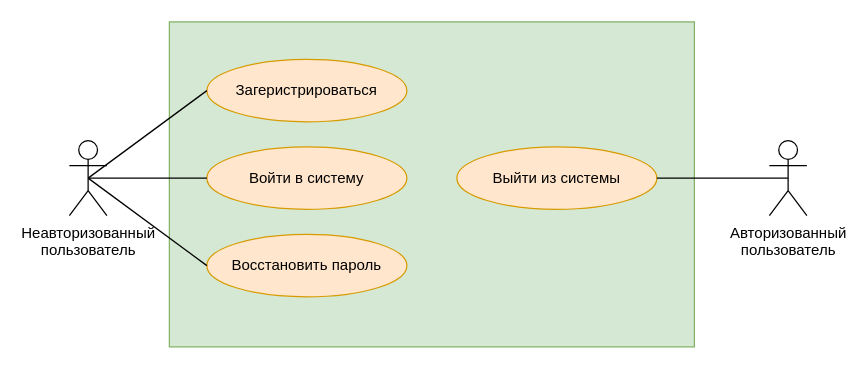
Before: raw/use_case.drawio in aVorotnikov/micro_design, a draw.io diagram. Source tidied: cells renumbered, new cells numbered last; positions are measured from the earlier drawing's top-left corner, leaving out a move shared by most shapes. Both pictures are drawn from the tidied source at 125%, with x=0, y=0 at pixel (69, 21).
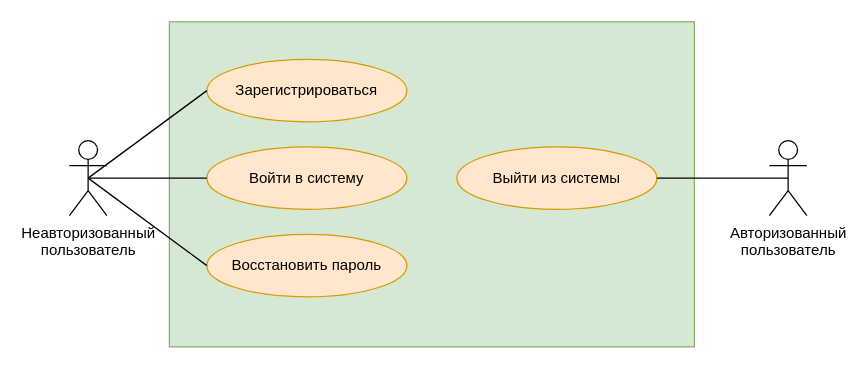
The same diagram, later.

Commit message (it also covers changes not shown here):
Исправлена опечатка

Change to the diagram source:
```diff
@@
 <mxGraphModel>
   <root>
     <mxCell id="0" />
     <mxCell id="1" parent="0" />
     <mxCell id="2" style="rounded=0;whiteSpace=wrap;html=1;fillColor=#d5e8d4;strokeColor=#82b366;" parent="1" vertex="1">
       <mxGeometry x="80" width="420" height="260" as="geometry" />
     </mxCell>
-    <mxCell id="3" value="Загеристрироваться" style="ellipse;whiteSpace=wrap;html=1;fillColor=#ffe6cc;strokeColor=#d79b00;" parent="1" vertex="1">
+    <mxCell id="3" value="Зарегистрироваться" style="ellipse;whiteSpace=wrap;html=1;fillColor=#ffe6cc;strokeColor=#d79b00;" parent="1" vertex="1">
       <mxGeometry x="110" y="30" width="160" height="50" as="geometry" />
     </mxCell>
     <mxCell id="4" value="Войти в систему" style="ellipse;whiteSpace=wrap;html=1;fillColor=#ffe6cc;strokeColor=#d79b00;" parent="1" vertex="1">
       <mxGeometry x="110" y="100" width="160" height="50" as="geometry" />
     </mxCell>
     <mxCell id="5" value="Восстановить пароль" style="ellipse;whiteSpace=wrap;html=1;fillColor=#ffe6cc;strokeColor=#d79b00;" parent="1" vertex="1">
       <mxGeometry x="110" y="170" width="160" height="50" as="geometry" />
     </mxCell>
     <mxCell id="6" value="Неавторизованный&lt;br&gt;пользователь" style="shape=umlActor;verticalLabelPosition=bottom;verticalAlign=top;html=1;outlineConnect=0;" parent="1" vertex="1">
       <mxGeometry y="95" width="30" height="60" as="geometry" />
     </mxCell>
     <mxCell id="7" value="Выйти из системы" style="ellipse;whiteSpace=wrap;html=1;fillColor=#ffe6cc;strokeColor=#d79b00;" parent="1" vertex="1">
       <mxGeometry x="310" y="100" width="160" height="50" as="geometry" />
     </mxCell>
     <mxCell id="8" value="Авторизованный&lt;br&gt;пользователь" style="shape=umlActor;verticalLabelPosition=bottom;verticalAlign=top;html=1;outlineConnect=0;" parent="1" vertex="1">
       <mxGeometry x="560" y="95" width="30" height="60" as="geometry" />
     </mxCell>
     <mxCell id="9" style="endArrow=none;html=1;rounded=0;exitX=0.5;exitY=0.5;exitDx=0;exitDy=0;exitPerimeter=0;entryX=0;entryY=0.5;entryDx=0;entryDy=0;" parent="1" edge="1" source="6" target="3">
       <mxGeometry relative="1" as="geometry" />
     </mxCell>
     <mxCell id="10" style="endArrow=none;html=1;rounded=0;exitX=0.5;exitY=0.5;exitDx=0;exitDy=0;exitPerimeter=0;entryX=0;entryY=0.5;entryDx=0;entryDy=0;" parent="1" edge="1" source="6" target="4">
       <mxGeometry relative="1" as="geometry" />
     </mxCell>
     <mxCell id="11" style="endArrow=none;html=1;rounded=0;exitX=0.5;exitY=0.5;exitDx=0;exitDy=0;exitPerimeter=0;entryX=0;entryY=0.5;entryDx=0;entryDy=0;" parent="1" edge="1" source="6" target="5">
       <mxGeometry relative="1" as="geometry" />
     </mxCell>
     <mxCell id="12" style="endArrow=none;html=1;rounded=0;exitX=0.5;exitY=0.5;exitDx=0;exitDy=0;exitPerimeter=0;entryX=1;entryY=0.5;entryDx=0;entryDy=0;" parent="1" edge="1" source="8" target="7">
       <mxGeometry relative="1" as="geometry" />
     </mxCell>
   </root>
 </mxGraphModel>
```
